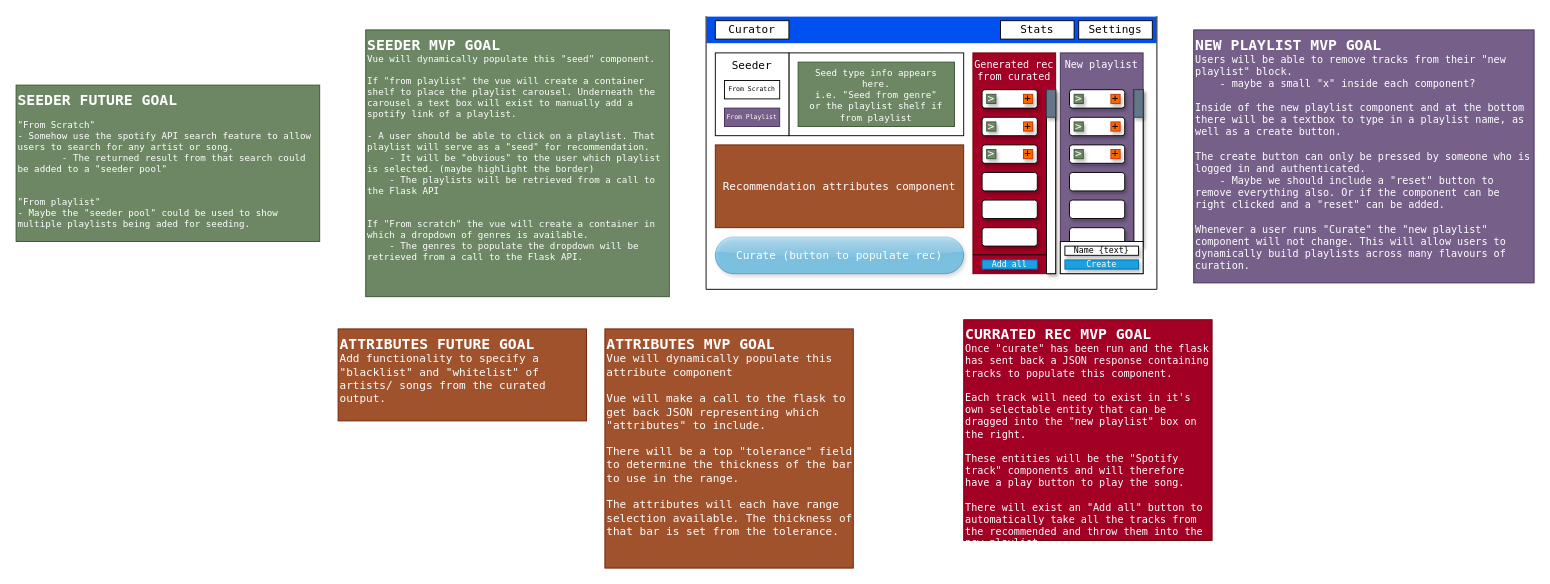
Before: page "MVP_choices" (3 of 4) of docs/view_proposal.drawio in mihaelaaleks/playlist_curator, a draw.io diagram. Source tidied: cells renumbered, new cells numbered last; positions are measured from the earlier drawing's top-left corner, leaving out a move shared by most shapes. Both pictures are drawn from the tidied source at 92%, with x=0, y=0 at pixel (16, 16).
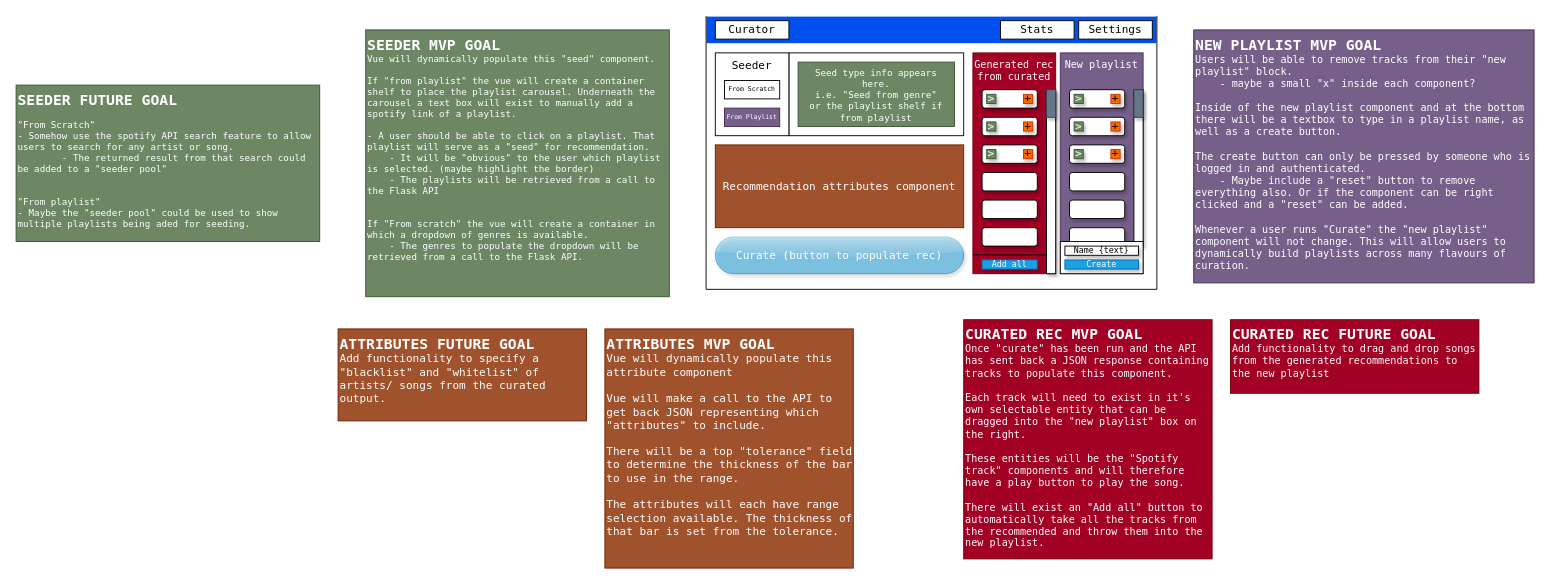
The same diagram, later.

What changed in the source:
```diff
@@
-    <mxCell id="53" value="&lt;font style=&quot;font-size: 16px;&quot;&gt;&lt;b&gt;ATTRIBUTES MVP GOAL&lt;/b&gt;&lt;/font&gt;&lt;br&gt;Vue will dynamically populate this attribute component&lt;br&gt;&lt;br&gt;Vue will make a call to the flask to get back JSON representing which &quot;attributes&quot; to include.&lt;br&gt;&lt;br&gt;There will be a top &quot;tolerance&quot; field to determine the thickness of the bar to use in the range.&lt;br&gt;&lt;br&gt;The attributes will each have range selection available. The thickness of that bar is set from the tolerance.&lt;br&gt;&lt;br&gt;" style="rounded=0;whiteSpace=wrap;html=1;horizontal=1;align=left;verticalAlign=top;fillColor=#a0522d;fontColor=#ffffff;strokeColor=#6D1F00;fontFamily=Lucida Console;" parent="1" vertex="1">
+    <mxCell id="53" value="&lt;font style=&quot;font-size: 16px;&quot;&gt;&lt;b&gt;ATTRIBUTES MVP GOAL&lt;/b&gt;&lt;/font&gt;&lt;br&gt;Vue will dynamically populate this attribute component&lt;br&gt;&lt;br&gt;Vue will make a call to the API to get back JSON representing which &quot;attributes&quot; to include.&lt;br&gt;&lt;br&gt;There will be a top &quot;tolerance&quot; field to determine the thickness of the bar to use in the range.&lt;br&gt;&lt;br&gt;The attributes will each have range selection available. The thickness of that bar is set from the tolerance.&lt;br&gt;" style="rounded=0;whiteSpace=wrap;html=1;horizontal=1;align=left;verticalAlign=top;fillColor=#a0522d;fontColor=#ffffff;strokeColor=#6D1F00;fontFamily=Lucida Console;" parent="1" vertex="1">
       <mxGeometry x="640" y="340" width="270" height="260" as="geometry" />
     </mxCell>
@@
-    <mxCell id="55" value="&lt;div style=&quot;&quot;&gt;&lt;span style=&quot;background-color: initial;&quot;&gt;&lt;b&gt;&lt;font style=&quot;font-size: 16px;&quot;&gt;CURRATED REC MVP GOAL&lt;/font&gt;&lt;/b&gt;&lt;/span&gt;&lt;/div&gt;&lt;div style=&quot;&quot;&gt;Once &quot;curate&quot; has been run and the flask has sent back a JSON response containing tracks to populate this component.&amp;nbsp;&lt;/div&gt;&lt;div style=&quot;&quot;&gt;&lt;br&gt;&lt;/div&gt;&lt;div style=&quot;&quot;&gt;Each track will need to exist in it's own selectable entity that can be dragged into the &quot;new playlist&quot; box on the right.&lt;/div&gt;&lt;div style=&quot;&quot;&gt;&lt;br&gt;&lt;/div&gt;&lt;div style=&quot;&quot;&gt;These entities will be the &quot;Spotify track&quot; components and will therefore have a play button to play the song.&lt;/div&gt;&lt;div style=&quot;&quot;&gt;&lt;br&gt;&lt;/div&gt;&lt;div style=&quot;&quot;&gt;There will exist an &quot;Add all&quot; button to automatically take all the tracks from the recommended and throw them into the new playlist.&lt;/div&gt;" style="rounded=0;whiteSpace=wrap;html=1;horizontal=1;align=left;verticalAlign=top;fontSize=11;fontFamily=Lucida Console;fillColor=#a20025;fontColor=#ffffff;strokeColor=#6F0000;" parent="1" vertex="1">
-      <mxGeometry x="1030" y="330" width="270" height="240" as="geometry" />
+    <mxCell id="55" value="&lt;div style=&quot;&quot;&gt;&lt;span style=&quot;background-color: initial;&quot;&gt;&lt;b&gt;&lt;font style=&quot;font-size: 16px;&quot;&gt;CURATED REC MVP GOAL&lt;/font&gt;&lt;/b&gt;&lt;/span&gt;&lt;/div&gt;&lt;div style=&quot;&quot;&gt;Once &quot;curate&quot; has been run and the API has sent back a JSON response containing tracks to populate this component.&amp;nbsp;&lt;/div&gt;&lt;div style=&quot;&quot;&gt;&lt;br&gt;&lt;/div&gt;&lt;div style=&quot;&quot;&gt;Each track will need to exist in it's own selectable entity that can be dragged into the &quot;new playlist&quot; box on the right.&lt;/div&gt;&lt;div style=&quot;&quot;&gt;&lt;br&gt;&lt;/div&gt;&lt;div style=&quot;&quot;&gt;These entities will be the &quot;Spotify track&quot; components and will therefore have a play button to play the song.&lt;/div&gt;&lt;div style=&quot;&quot;&gt;&lt;br&gt;&lt;/div&gt;&lt;div style=&quot;&quot;&gt;There will exist an &quot;Add all&quot; button to automatically take all the tracks from the recommended and throw them into the new playlist.&lt;/div&gt;" style="rounded=0;whiteSpace=wrap;html=1;horizontal=1;align=left;verticalAlign=top;fontSize=11;fontFamily=Lucida Console;fillColor=#a20025;fontColor=#ffffff;strokeColor=#6F0000;" parent="1" vertex="1">
+      <mxGeometry x="1030" y="330" width="270" height="260" as="geometry" />
     </mxCell>
-    <mxCell id="56" value="&lt;div style=&quot;&quot;&gt;&lt;span style=&quot;background-color: initial;&quot;&gt;&lt;b&gt;&lt;font style=&quot;font-size: 16px;&quot;&gt;NEW PLAYLIST MVP GOAL&lt;/font&gt;&lt;/b&gt;&lt;/span&gt;&lt;/div&gt;&lt;div style=&quot;&quot;&gt;Users will be able to remove tracks from their &quot;new playlist&quot; block.&lt;/div&gt;&lt;div style=&quot;&quot;&gt;&amp;nbsp; &amp;nbsp; - maybe a small &quot;x&quot; inside each component?&lt;/div&gt;&lt;div style=&quot;&quot;&gt;&lt;br&gt;&lt;/div&gt;&lt;div style=&quot;&quot;&gt;Inside of the new playlist component and at the bottom there will be a textbox to type in a playlist name, as well as a create button.&lt;/div&gt;&lt;div style=&quot;&quot;&gt;&lt;br&gt;&lt;/div&gt;&lt;div style=&quot;&quot;&gt;The create button can only be pressed by someone who is logged in and authenticated.&lt;/div&gt;&lt;div style=&quot;&quot;&gt;&amp;nbsp; &amp;nbsp; - Maybe we should include a &quot;reset&quot; button to remove everything also. Or if the component can be right clicked and a &quot;reset&quot; can be added.&lt;/div&gt;&lt;div style=&quot;&quot;&gt;&lt;br&gt;&lt;/div&gt;&lt;div style=&quot;&quot;&gt;Whenever a user runs &quot;Curate&quot; the &quot;new playlist&quot; component will not change. This will allow users to dynamically build playlists across many flavours of curation.&lt;/div&gt;" style="rounded=0;whiteSpace=wrap;html=1;horizontal=1;align=left;verticalAlign=top;fontSize=11;fontFamily=Lucida Console;fillColor=#76608a;fontColor=#ffffff;strokeColor=#432D57;" parent="1" vertex="1">
+    <mxCell id="56" value="&lt;div style=&quot;&quot;&gt;&lt;span style=&quot;background-color: initial;&quot;&gt;&lt;b&gt;&lt;font style=&quot;font-size: 16px;&quot;&gt;NEW PLAYLIST MVP GOAL&lt;/font&gt;&lt;/b&gt;&lt;/span&gt;&lt;/div&gt;&lt;div style=&quot;&quot;&gt;Users will be able to remove tracks from their &quot;new playlist&quot; block.&lt;/div&gt;&lt;div style=&quot;&quot;&gt;&amp;nbsp; &amp;nbsp; - maybe a small &quot;x&quot; inside each component?&lt;/div&gt;&lt;div style=&quot;&quot;&gt;&lt;br&gt;&lt;/div&gt;&lt;div style=&quot;&quot;&gt;Inside of the new playlist component and at the bottom there will be a textbox to type in a playlist name, as well as a create button.&lt;/div&gt;&lt;div style=&quot;&quot;&gt;&lt;br&gt;&lt;/div&gt;&lt;div style=&quot;&quot;&gt;The create button can only be pressed by someone who is logged in and authenticated.&lt;/div&gt;&lt;div style=&quot;&quot;&gt;&amp;nbsp; &amp;nbsp; - Maybe include a &quot;reset&quot; button to remove everything also. Or if the component can be right clicked and a &quot;reset&quot; can be added.&lt;/div&gt;&lt;div style=&quot;&quot;&gt;&lt;br&gt;&lt;/div&gt;&lt;div style=&quot;&quot;&gt;Whenever a user runs &quot;Curate&quot; the &quot;new playlist&quot; component will not change. This will allow users to dynamically build playlists across many flavours of curation.&lt;/div&gt;" style="rounded=0;whiteSpace=wrap;html=1;horizontal=1;align=left;verticalAlign=top;fontSize=11;fontFamily=Lucida Console;fillColor=#76608a;fontColor=#ffffff;strokeColor=#432D57;" parent="1" vertex="1">
       <mxGeometry x="1280" y="15" width="370" height="275" as="geometry" />
     </mxCell>
+    <mxCell id="57" value="&lt;div style=&quot;&quot;&gt;&lt;span style=&quot;background-color: initial;&quot;&gt;&lt;b&gt;&lt;font style=&quot;font-size: 16px;&quot;&gt;CURATED REC FUTURE GOAL&lt;/font&gt;&lt;/b&gt;&lt;/span&gt;&lt;/div&gt;&lt;div style=&quot;&quot;&gt;Add functionality to drag and drop songs from the generated recommendations to the new playlist&lt;/div&gt;" style="rounded=0;whiteSpace=wrap;html=1;horizontal=1;align=left;verticalAlign=top;fontSize=11;fontFamily=Lucida Console;fillColor=#a20025;fontColor=#ffffff;strokeColor=#6F0000;" parent="1" vertex="1">
+      <mxGeometry x="1320" y="330" width="270" height="80" as="geometry" />
+    </mxCell>
```
